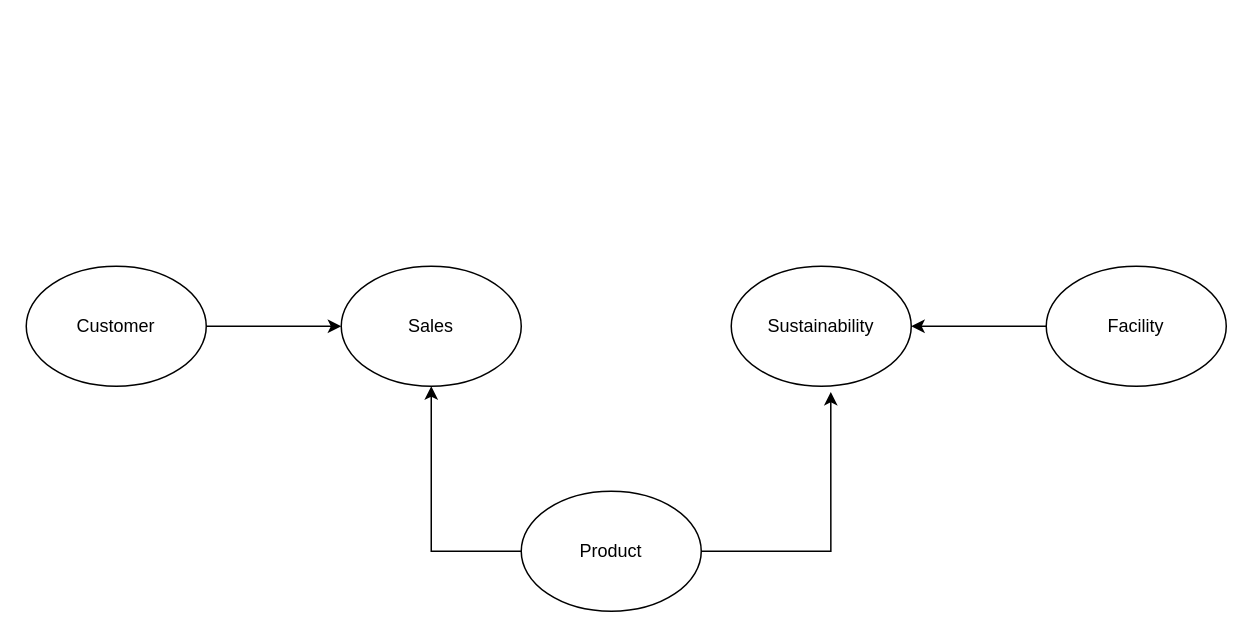
This is sales-model.drawio from sakib7/ml-project-versioning, a draw.io file, before an edit. Source tidied: cells renumbered, new cells numbered last; positions are measured from the earlier drawing's top-left corner, leaving out a move shared by most shapes. Both pictures are drawn from the tidied source at 150%, with x=0, y=0 at pixel (26, 266).
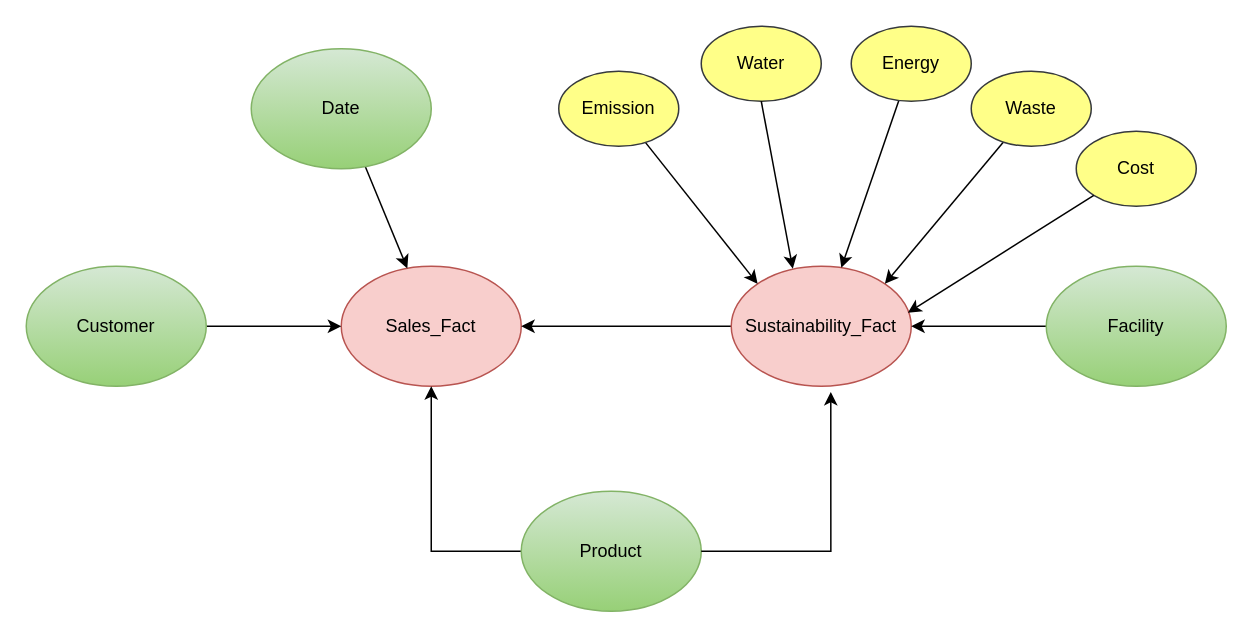
The same diagram, later.

What changed in the source:
```diff
@@
-    <mxCell id="2" value="Sales" style="ellipse;whiteSpace=wrap;html=1;" parent="1" vertex="1">
+    <mxCell id="2" value="Sales_Fact" style="ellipse;whiteSpace=wrap;html=1;fillColor=#f8cecc;strokeColor=#b85450;" parent="1" vertex="1">
       <mxGeometry x="210" width="120" height="80" as="geometry" />
     </mxCell>
+    <mxCell id="11" style="edgeStyle=orthogonalEdgeStyle;rounded=0;jettySize=auto;html=1;entryX=1;entryY=0.5;entryDx=0;entryDy=0;" parent="1" edge="1" source="3" target="2">
+      <mxGeometry relative="1" as="geometry" />
+    </mxCell>
-    <mxCell id="3" value="Sustainability" style="ellipse;whiteSpace=wrap;html=1;" parent="1" vertex="1">
+    <mxCell id="3" value="Sustainability_Fact" style="ellipse;whiteSpace=wrap;html=1;fillColor=#f8cecc;strokeColor=#b85450;" parent="1" vertex="1">
       <mxGeometry x="470" width="120" height="80" as="geometry" />
     </mxCell>
@@
-    <mxCell id="5" value="Product" style="ellipse;whiteSpace=wrap;html=1;" parent="1" vertex="1">
+    <mxCell id="5" value="Product" style="ellipse;whiteSpace=wrap;html=1;fillColor=#d5e8d4;strokeColor=#82b366;gradientColor=#97d077;" parent="1" vertex="1">
       <mxGeometry x="330" y="150" width="120" height="80" as="geometry" />
     </mxCell>
@@
-    <mxCell id="8" value="Customer" style="ellipse;whiteSpace=wrap;html=1;" parent="1" vertex="1">
+    <mxCell id="8" value="Customer" style="ellipse;whiteSpace=wrap;html=1;fillColor=#d5e8d4;strokeColor=#82b366;gradientColor=#97d077;" parent="1" vertex="1">
       <mxGeometry width="120" height="80" as="geometry" />
     </mxCell>
@@
-    <mxCell id="10" value="Facility" style="ellipse;whiteSpace=wrap;html=1;" parent="1" vertex="1">
+    <mxCell id="10" value="Facility" style="ellipse;whiteSpace=wrap;html=1;fillColor=#d5e8d4;strokeColor=#82b366;gradientColor=#97d077;" parent="1" vertex="1">
       <mxGeometry x="680" width="120" height="80" as="geometry" />
     </mxCell>
+    <mxCell id="12" style="rounded=0;jettySize=auto;html=1;entryX=0;entryY=0;entryDx=0;entryDy=0;" parent="1" edge="1" source="13" target="3">
+      <mxGeometry relative="1" as="geometry" />
+    </mxCell>
+    <mxCell id="13" value="Emission" style="ellipse;whiteSpace=wrap;html=1;fillColor=#ffff88;strokeColor=#36393d;" parent="1" vertex="1">
+      <mxGeometry x="355" y="-130" width="80" height="50" as="geometry" />
+    </mxCell>
+    <mxCell id="14" value="Water" style="ellipse;whiteSpace=wrap;html=1;fillColor=#ffff88;strokeColor=#36393d;" parent="1" vertex="1">
+      <mxGeometry x="450" y="-160" width="80" height="50" as="geometry" />
+    </mxCell>
+    <mxCell id="15" style="rounded=0;jettySize=auto;html=1;entryX=1;entryY=0;entryDx=0;entryDy=0;" parent="1" edge="1" source="16" target="3">
+      <mxGeometry relative="1" as="geometry" />
+    </mxCell>
+    <mxCell id="16" value="Waste" style="ellipse;whiteSpace=wrap;html=1;fillColor=#ffff88;strokeColor=#36393d;" parent="1" vertex="1">
+      <mxGeometry x="630" y="-130" width="80" height="50" as="geometry" />
+    </mxCell>
+    <mxCell id="17" style="rounded=0;jettySize=auto;html=1;" parent="1" edge="1" source="18" target="3">
+      <mxGeometry relative="1" as="geometry" />
+    </mxCell>
+    <mxCell id="18" value="Energy" style="ellipse;whiteSpace=wrap;html=1;fillColor=#ffff88;strokeColor=#36393d;" parent="1" vertex="1">
+      <mxGeometry x="550" y="-160" width="80" height="50" as="geometry" />
+    </mxCell>
+    <mxCell id="19" style="rounded=0;jettySize=auto;html=1;exitX=0.5;exitY=1;exitDx=0;exitDy=0;entryX=0.342;entryY=0.021;entryDx=0;entryDy=0;entryPerimeter=0;" parent="1" edge="1" source="14" target="3">
+      <mxGeometry relative="1" as="geometry" />
+    </mxCell>
+    <mxCell id="20" value="Cost" style="ellipse;whiteSpace=wrap;html=1;fillColor=#ffff88;strokeColor=#36393d;" parent="1" vertex="1">
+      <mxGeometry x="700" y="-90" width="80" height="50" as="geometry" />
+    </mxCell>
+    <mxCell id="21" style="rounded=0;jettySize=auto;html=1;exitX=0;exitY=1;exitDx=0;exitDy=0;entryX=0.981;entryY=0.388;entryDx=0;entryDy=0;entryPerimeter=0;" parent="1" edge="1" source="20" target="3">
+      <mxGeometry relative="1" as="geometry" />
+    </mxCell>
+    <mxCell id="22" style="rounded=0;jettySize=auto;html=1;" parent="1" edge="1" source="23" target="2">
+      <mxGeometry relative="1" as="geometry" />
+    </mxCell>
+    <mxCell id="23" value="Date" style="ellipse;whiteSpace=wrap;html=1;fillColor=#d5e8d4;strokeColor=#82b366;gradientColor=#97d077;" parent="1" vertex="1">
+      <mxGeometry x="150" y="-145" width="120" height="80" as="geometry" />
+    </mxCell>
```
